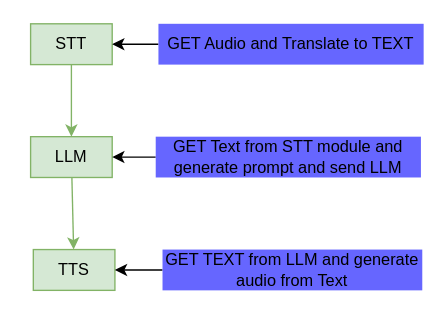
DataScience-py/NeuroAR keeps this draw.io diagram as docs/diagrams/MVP.drawio. Above is the earlier version. Source tidied: cells renumbered, new cells numbered last; positions are measured from the earlier drawing's top-left corner, leaving out a move shared by most shapes. Both pictures are drawn from the tidied source at 136%, with x=0, y=0 at pixel (30, 23).
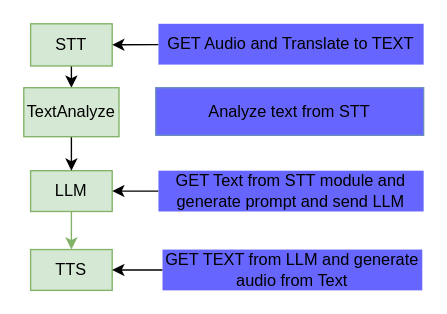
Above is the later version.

Commit message (it also covers changes not shown here):
uppdate MVP

The edit, as a diff of the source:
```diff
@@
 <mxGraphModel>
   <root>
     <mxCell id="0" />
     <mxCell id="1" parent="0" />
-    <mxCell id="2" style="edgeStyle=none;html=1;entryX=0.5;entryY=0;entryDx=0;entryDy=0;fillColor=#d5e8d4;strokeColor=#82b366;" parent="1" edge="1" source="3" target="6">
-      <mxGeometry relative="1" as="geometry" />
-    </mxCell>
+    <mxCell id="13" style="edgeStyle=none;html=1;" parent="1" edge="1" source="3" target="15">
+      <mxGeometry relative="1" as="geometry" />
+    </mxCell>
     <mxCell id="3" value="STT" style="text;strokeColor=#82b366;align=center;fillColor=#d5e8d4;html=1;verticalAlign=middle;whiteSpace=wrap;rounded=0;" parent="1" vertex="1">
-      <mxGeometry width="60" height="30" as="geometry" />
+      <mxGeometry width="60" height="31" as="geometry" />
     </mxCell>
     <mxCell id="4" value="TTS" style="text;strokeColor=#82b366;align=center;fillColor=#d5e8d4;html=1;verticalAlign=middle;whiteSpace=wrap;rounded=0;" parent="1" vertex="1">
-      <mxGeometry x="2" y="166" width="60" height="30" as="geometry" />
+      <mxGeometry y="166" width="60" height="30" as="geometry" />
     </mxCell>
     <mxCell id="5" style="edgeStyle=none;html=1;fillColor=#d5e8d4;strokeColor=#82b366;" parent="1" edge="1" source="6" target="4">
       <mxGeometry relative="1" as="geometry" />
     </mxCell>
     <mxCell id="6" value="LLM" style="text;strokeColor=#82b366;align=center;fillColor=#d5e8d4;html=1;verticalAlign=middle;whiteSpace=wrap;rounded=0;" parent="1" vertex="1">
-      <mxGeometry y="83" width="60" height="30" as="geometry" />
+      <mxGeometry y="108" width="60" height="30" as="geometry" />
     </mxCell>
     <mxCell id="7" style="edgeStyle=none;html=1;" parent="1" edge="1" source="8" target="3">
       <mxGeometry relative="1" as="geometry" />
     </mxCell>
     <mxCell id="8" value="GET Audio and Translate to TEXT" style="text;strokeColor=none;align=center;fillColor=#6666FF;html=1;verticalAlign=middle;whiteSpace=wrap;rounded=0;gradientColor=none;" parent="1" vertex="1">
       <mxGeometry x="94" width="195" height="30" as="geometry" />
     </mxCell>
     <mxCell id="9" style="edgeStyle=none;html=1;entryX=1;entryY=0.5;entryDx=0;entryDy=0;" parent="1" edge="1" source="10" target="6">
       <mxGeometry relative="1" as="geometry" />
     </mxCell>
     <mxCell id="10" value="GET Text from STT module and generate prompt and send LLM" style="text;strokeColor=none;align=center;fillColor=#6666FF;html=1;verticalAlign=middle;whiteSpace=wrap;rounded=0;gradientColor=none;" parent="1" vertex="1">
-      <mxGeometry x="92" y="83" width="195" height="30" as="geometry" />
+      <mxGeometry x="94" y="108" width="195" height="30" as="geometry" />
     </mxCell>
     <mxCell id="11" style="edgeStyle=none;html=1;entryX=1;entryY=0.5;entryDx=0;entryDy=0;" parent="1" edge="1" source="12" target="4">
       <mxGeometry relative="1" as="geometry" />
     </mxCell>
     <mxCell id="12" value="GET TEXT from LLM and generate audio from Text" style="text;strokeColor=none;align=center;fillColor=#6666FF;html=1;verticalAlign=middle;whiteSpace=wrap;rounded=0;gradientColor=none;" parent="1" vertex="1">
       <mxGeometry x="97" y="166" width="191" height="30" as="geometry" />
     </mxCell>
+    <mxCell id="14" style="edgeStyle=none;html=1;" parent="1" edge="1" source="15" target="6">
+      <mxGeometry relative="1" as="geometry" />
+    </mxCell>
+    <mxCell id="15" value="TextAnalyze" style="whiteSpace=wrap;html=1;fillColor=#d5e8d4;strokeColor=#82b366;" parent="1" vertex="1">
+      <mxGeometry x="-5" y="47" width="70" height="36" as="geometry" />
+    </mxCell>
+    <mxCell id="16" value="Analyze text from STT" style="text;strokeColor=#6c8ebf;align=center;fillColor=light-dark(#6666ff, #94949b);html=1;verticalAlign=middle;whiteSpace=wrap;rounded=0;" parent="1" vertex="1">
+      <mxGeometry x="92" y="47" width="197" height="35" as="geometry" />
+    </mxCell>
   </root>
 </mxGraphModel>
```
